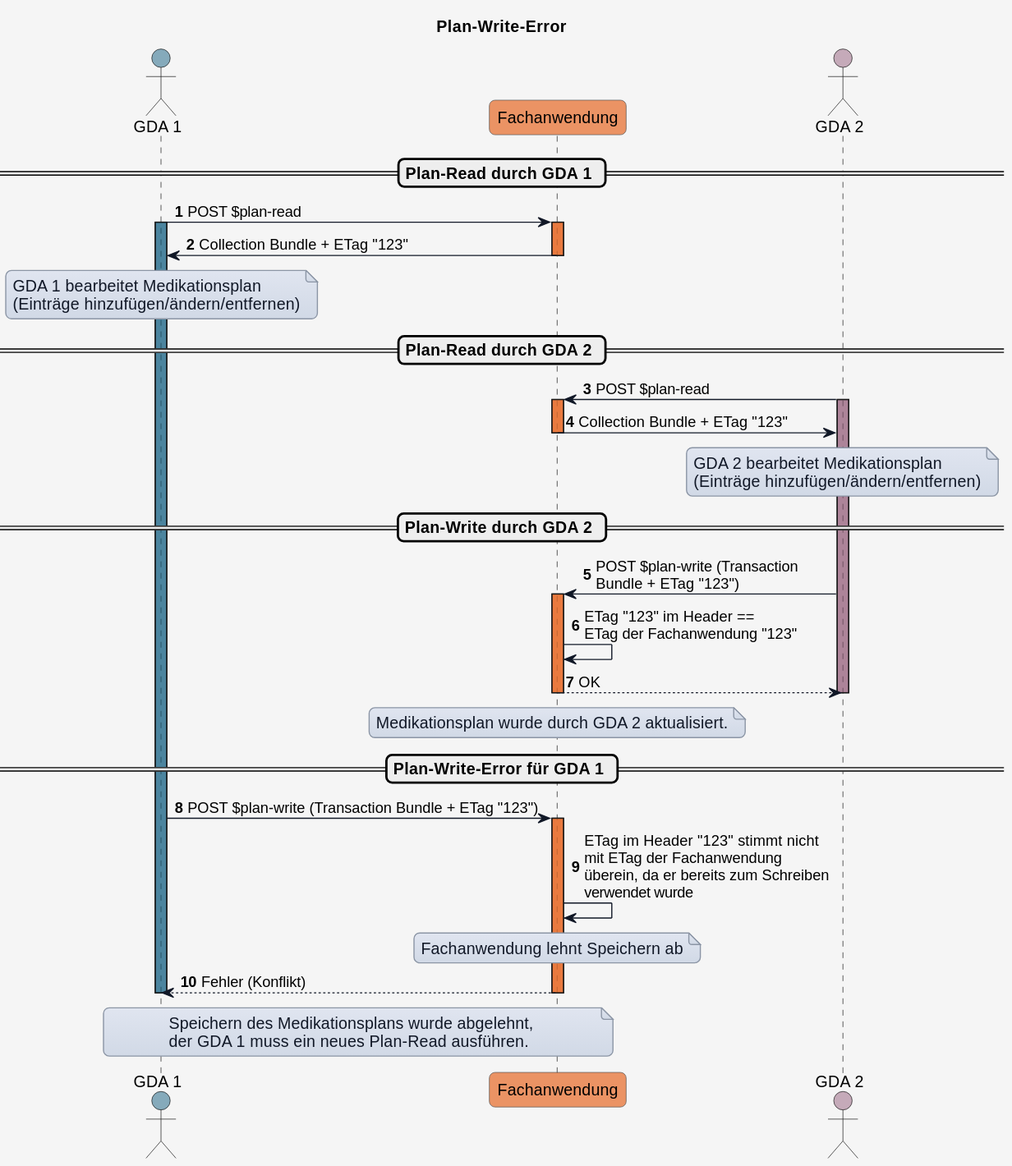
This is input/images/plantuml/interaction_listwrite_error.svg from HL7Austria/ELGA-Core-R4, a PlantUML export, as it was before one commit. Its diagram source:
```plantuml
@startuml
title Plan-Write-Error


skinparam borderColor #000000
skinparam backgroundColor #f5f5f5
skinparam shadowing false
skinparam roundCorner 10
skinparam defaultFontName "Arial"
skinparam defaultFontSize 14
skinparam defaultFontColor #000000
skinparam HyperlinkColor #0000EE
skinparam HyperlinkUnderline false
skinparam BoxPadding 20
skinparam BoxBorderColor #555555

skinparam note {
  BackgroundColor #e0e5f0-#d1d9e6
  BorderColor #8b95a5
  BorderThickness 1
  RoundCorner 0
  Padding 6
  FontColor #111827
  Shadowing false
}

skinparam sequence {
  ParticipantBorderColor #555555
  ParticipantBackgroundColor #ffffff
  ParticipantFontColor #000000
  ParticipantFontSize 14
  ParticipantPadding 20
  ArrowColor #111827
  ArrowThickness 1
  ArrowFontColor #000000
  ArrowFontSize 13
  GroupBorderColor #111827
  GroupBackgroundColor #eef2ff
  GroupBorderThickness 2
}

!define COLOR_GDA_1    #15608280
!define COLOR_GDA_2    #96607D80
!define COLOR_PATIENT  #196B2480
!define COLOR_APO      #0F9ED590
!define COLOR_ELGA_FA  #e97232bd
!define COLOR_E_REZEPT #cd3732a9

!define COLOR_OK       #0F9ED525
!define COLOR_ERROR    #E9713235

actor GDA_1 as "GDA 1" COLOR_GDA_1
participant elga_FA as "Fachanwendung" COLOR_ELGA_FA
actor GDA_2 as "GDA 2" COLOR_GDA_2

autonumber

== Plan-Read durch GDA 1 ==

GDA_1 -> elga_FA: POST $plan-read
activate GDA_1 COLOR_GDA_1

activate elga_FA COLOR_ELGA_FA
elga_FA -> GDA_1: Collection Bundle + ETag "123"
deactivate elga_FA

note over GDA_1
GDA 1 bearbeitet Medikationsplan
(Einträge hinzufügen/ändern/entfernen)
end note

== Plan-Read durch GDA 2 ==

GDA_2 -> elga_FA: POST $plan-read
activate GDA_2 COLOR_GDA_2

activate elga_FA COLOR_ELGA_FA

elga_FA -> GDA_2: Collection Bundle + ETag "123"
deactivate elga_FA

note over GDA_2
GDA 2 bearbeitet Medikationsplan
(Einträge hinzufügen/ändern/entfernen)
end note

== Plan-Write durch GDA 2 ==

GDA_2 -> elga_FA: POST $plan-write (Transaction\nBundle + ETag "123")

activate elga_FA COLOR_ELGA_FA
elga_FA -> elga_FA: ETag "123" im Header ==\nETag der Fachanwendung "123"
elga_FA --> GDA_2: OK
deactivate GDA_2

note over elga_FA
Medikationsplan wurde durch GDA 2 aktualisiert.
end note

deactivate elga_FA

== Plan-Write-Error für GDA 1 ==

GDA_1 -> elga_FA: POST $plan-write (Transaction Bundle + ETag "123")

activate elga_FA COLOR_ELGA_FA
elga_FA -> elga_FA: ETag im Header "123" stimmt nicht\nmit ETag der Fachanwendung\nüberein, da er bereits zum Schreiben\nverwendet wurde
note over elga_FA
Fachanwendung lehnt Speichern ab
end note
elga_FA --> GDA_1: Fehler (Konflikt)
deactivate GDA_1
note over elga_FA, GDA_1
Speichern des Medikationsplans wurde abgelehnt,
der GDA 1 muss ein neues Plan-Read ausführen.
end note

deactivate elga_FA
@enduml
```
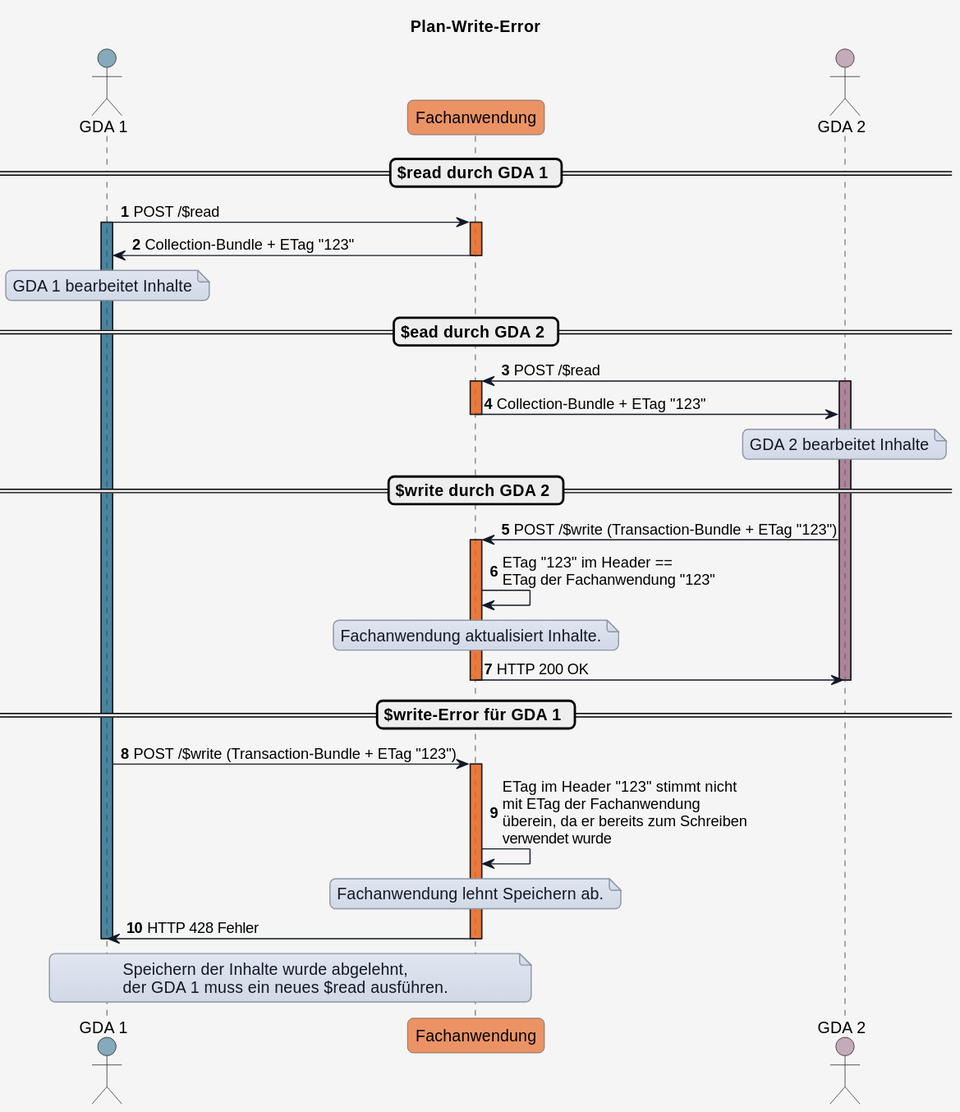
After the commit.

Diff of the diagram source:
```diff
@@ -43,77 +43,79 @@
 !define COLOR_GDA_2    #96607D80
 !define COLOR_PATIENT  #196B2480
 !define COLOR_APO      #0F9ED590
-!define COLOR_ELGA_FA  #e97232bd
+!define COLOR_FA  #e97232bd
 !define COLOR_E_REZEPT #cd3732a9
 
 !define COLOR_OK       #0F9ED525
 !define COLOR_ERROR    #E9713235
 
 actor GDA_1 as "GDA 1" COLOR_GDA_1
-participant elga_FA as "Fachanwendung" COLOR_ELGA_FA
+participant FA as "Fachanwendung" COLOR_FA
 actor GDA_2 as "GDA 2" COLOR_GDA_2
 
 autonumber
 
-== Plan-Read durch GDA 1 ==
+== $read durch GDA 1 ==
 
-GDA_1 -> elga_FA: POST $plan-read
+GDA_1 -> FA: POST /$read
 activate GDA_1 COLOR_GDA_1
 
-activate elga_FA COLOR_ELGA_FA
-elga_FA -> GDA_1: Collection Bundle + ETag "123"
-deactivate elga_FA
+activate FA COLOR_FA
+FA -> GDA_1: Collection-Bundle + ETag "123"
+deactivate FA
 
 note over GDA_1
-GDA 1 bearbeitet Medikationsplan
-(Einträge hinzufügen/ändern/entfernen)
+GDA 1 bearbeitet Inhalte
 end note
 
-== Plan-Read durch GDA 2 ==
+== $ead durch GDA 2 ==
 
-GDA_2 -> elga_FA: POST $plan-read
+GDA_2 -> FA: POST /$read
 activate GDA_2 COLOR_GDA_2
 
-activate elga_FA COLOR_ELGA_FA
+activate FA COLOR_FA
 
-elga_FA -> GDA_2: Collection Bundle + ETag "123"
-deactivate elga_FA
+FA -> GDA_2: Collection-Bundle + ETag "123"
+deactivate FA
 
 note over GDA_2
-GDA 2 bearbeitet Medikationsplan
-(Einträge hinzufügen/ändern/entfernen)
+GDA 2 bearbeitet Inhalte
 end note
 
-== Plan-Write durch GDA 2 ==
+== $write durch GDA 2 ==
 
-GDA_2 -> elga_FA: POST $plan-write (Transaction\nBundle + ETag "123")
+GDA_2 -> FA: POST /$write (Transaction-Bundle + ETag "123")
 
-activate elga_FA COLOR_ELGA_FA
-elga_FA -> elga_FA: ETag "123" im Header ==\nETag der Fachanwendung "123"
-elga_FA --> GDA_2: OK
+activate FA COLOR_FA
+FA -> FA: ETag "123" im Header ==\nETag der Fachanwendung "123"
+
+note over FA
+  Fachanwendung aktualisiert Inhalte.
+end note
+
+FA -> GDA_2: HTTP 200 OK
 deactivate GDA_2
 
-note over elga_FA
-Medikationsplan wurde durch GDA 2 aktualisiert.
+deactivate FA
+
+== $write-Error für GDA 1 ==
+
+GDA_1 -> FA: POST /$write (Transaction-Bundle + ETag "123")
+
+activate FA COLOR_FA
+FA -> FA: ETag im Header "123" stimmt nicht\nmit ETag der Fachanwendung\nüberein, da er bereits zum Schreiben\nverwendet wurde
+
+note over FA
+  Fachanwendung lehnt Speichern ab.
 end note
 
-deactivate elga_FA
+FA -> GDA_1: HTTP 428 Fehler
+deactivate GDA_1
 
-== Plan-Write-Error für GDA 1 ==
-
-GDA_1 -> elga_FA: POST $plan-write (Transaction Bundle + ETag "123")
-
-activate elga_FA COLOR_ELGA_FA
-elga_FA -> elga_FA: ETag im Header "123" stimmt nicht\nmit ETag der Fachanwendung\nüberein, da er bereits zum Schreiben\nverwendet wurde
-note over elga_FA
-Fachanwendung lehnt Speichern ab
-end note
-elga_FA --> GDA_1: Fehler (Konflikt)
-deactivate GDA_1
-note over elga_FA, GDA_1
-Speichern des Medikationsplans wurde abgelehnt,
-der GDA 1 muss ein neues Plan-Read ausführen.
+note over FA, GDA_1
+  Speichern der Inhalte wurde abgelehnt,
+  der GDA 1 muss ein neues $read ausführen.
 end note
 
-deactivate elga_FA
+deactivate FA
 @enduml
```
